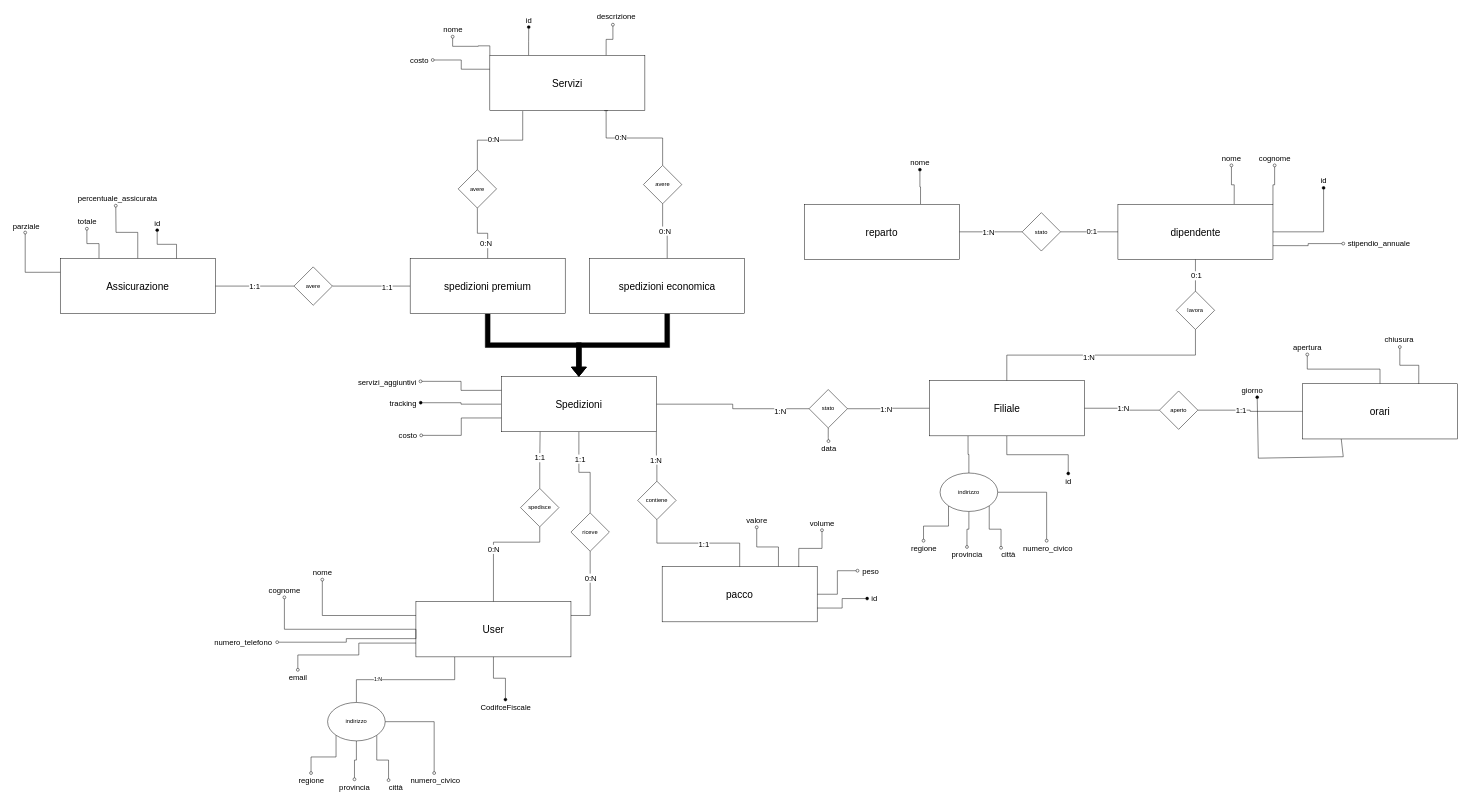
Above: Diagramma senza titolo.drawio in dugoalberto/DataBaseProject (draw.io), before the change. Source tidied: cells renumbered, new cells numbered last; positions are measured from the earlier drawing's top-left corner, leaving out a move shared by most shapes. Both pictures are drawn from the tidied source at 48%, with x=0, y=0 at pixel (8, 8).
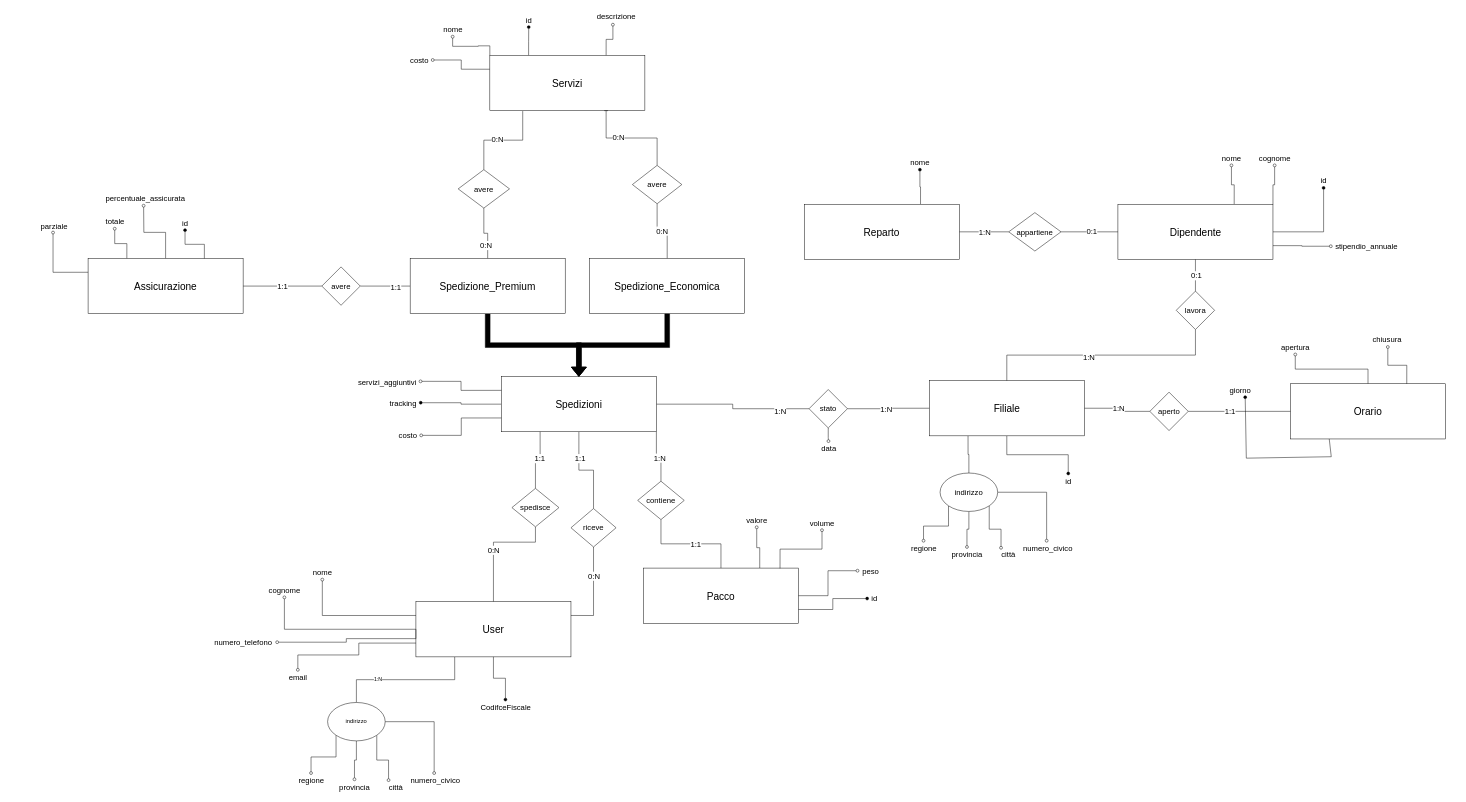
The same page after the edit.

The change refers to these unchanged cells:
```xml
<mxCell id="22" value="&lt;font style=&quot;font-size: 21px;&quot;&gt;User&lt;/font&gt;" style="rounded=0;whiteSpace=wrap;html=1;fontSize=21;" parent="1" vertex="1">
  <mxGeometry x="849" y="1236" width="323" height="115" as="geometry" />
</mxCell>
```

What changed in the source:
```diff
@@
-    <mxCell id="15" value="&lt;font style=&quot;font-size: 21px;&quot;&gt;spedizioni premium&lt;/font&gt;" style="rounded=0;whiteSpace=wrap;html=1;fontSize=21;" parent="1" vertex="1">
+    <mxCell id="15" value="&lt;font style=&quot;font-size: 21px;&quot;&gt;Spedizione_Premium&lt;/font&gt;" style="rounded=0;whiteSpace=wrap;html=1;fontSize=21;" parent="1" vertex="1">
       <mxGeometry x="837" y="521" width="323" height="115" as="geometry" />
     </mxCell>
@@
-    <mxCell id="17" value="&lt;font style=&quot;font-size: 21px;&quot;&gt;spedizioni economica&lt;/font&gt;" style="rounded=0;whiteSpace=wrap;html=1;fontSize=21;" parent="1" vertex="1">
+    <mxCell id="17" value="&lt;font style=&quot;font-size: 21px;&quot;&gt;Spedizione_Economica&lt;/font&gt;" style="rounded=0;whiteSpace=wrap;html=1;fontSize=21;" parent="1" vertex="1">
       <mxGeometry x="1211" y="521" width="323" height="115" as="geometry" />
     </mxCell>
     <mxCell id="18" style="edgeStyle=orthogonalEdgeStyle;rounded=0;jettySize=auto;html=1;entryX=0.5;entryY=1;entryDx=0;entryDy=0;fontSize=16;endArrow=none;endFill=0;exitX=0.5;exitY=0;exitDx=0;exitDy=0;" parent="1" edge="1" source="22" target="25">
       <mxGeometry relative="1" as="geometry">
         <Array as="points">
           <mxPoint x="1010" y="1112" />
-          <mxPoint x="1107" y="1112" />
+          <mxPoint x="1098" y="1112" />
         </Array>
       </mxGeometry>
     </mxCell>
@@
-    <mxCell id="25" value="spedisce" style="rhombus;whiteSpace=wrap;html=1;" parent="1" vertex="1">
-      <mxGeometry x="1067" y="1000" width="80" height="80" as="geometry" />
+    <mxCell id="25" value="spedisce" style="rhombus;whiteSpace=wrap;html=1;fontSize=16;" parent="1" vertex="1">
+      <mxGeometry x="1049" y="1000" width="98" height="80" as="geometry" />
     </mxCell>
@@
     <mxCell id="28" style="edgeStyle=orthogonalEdgeStyle;rounded=0;jettySize=auto;html=1;exitX=0.5;exitY=0;exitDx=0;exitDy=0;endArrow=oval;endFill=0;" parent="1" edge="1" source="29">
       <mxGeometry relative="1" as="geometry">
-        <mxPoint x="223.7" y="411.1" as="targetPoint" />
+        <mxPoint x="281.7" y="411.1" as="targetPoint" />
       </mxGeometry>
     </mxCell>
     <mxCell id="29" value="&lt;font style=&quot;font-size: 21px;&quot;&gt;Assicurazione&lt;/font&gt;" style="rounded=0;whiteSpace=wrap;html=1;fontSize=21;" parent="1" vertex="1">
-      <mxGeometry x="108" y="521" width="323" height="115" as="geometry" />
+      <mxGeometry x="166" y="521" width="323" height="115" as="geometry" />
     </mxCell>
-    <mxCell id="30" value="avere" style="rhombus;whiteSpace=wrap;html=1;" parent="1" vertex="1">
-      <mxGeometry x="595" y="538.5" width="80" height="80" as="geometry" />
+    <mxCell id="30" value="avere" style="rhombus;whiteSpace=wrap;html=1;fontSize=16;" parent="1" vertex="1">
+      <mxGeometry x="653" y="538.5" width="80" height="80" as="geometry" />
     </mxCell>
@@
-    <mxCell id="43" value="avere" style="rhombus;whiteSpace=wrap;html=1;" parent="1" vertex="1">
-      <mxGeometry x="937" y="336" width="80" height="80" as="geometry" />
+    <mxCell id="43" value="avere" style="rhombus;whiteSpace=wrap;html=1;fontSize=16;" parent="1" vertex="1">
+      <mxGeometry x="937" y="336" width="107" height="80" as="geometry" />
     </mxCell>
@@
-    <mxCell id="46" value="avere" style="rhombus;whiteSpace=wrap;html=1;" parent="1" vertex="1">
-      <mxGeometry x="1323" y="327" width="80" height="80" as="geometry" />
+    <mxCell id="46" value="avere" style="rhombus;whiteSpace=wrap;html=1;fontSize=16;" parent="1" vertex="1">
+      <mxGeometry x="1300" y="327" width="103" height="80" as="geometry" />
     </mxCell>
@@
     <mxCell id="54" value="&lt;font style=&quot;font-size: 16px;&quot;&gt;id&lt;/font&gt;" style="text;html=1;align=center;verticalAlign=middle;points=[];strokeColor=none;fillColor=none;" parent="1" vertex="1">
-      <mxGeometry x="295" y="431" width="30" height="31" as="geometry" />
+      <mxGeometry x="353" y="431" width="30" height="31" as="geometry" />
     </mxCell>
@@
     <mxCell id="56" value="&lt;font style=&quot;font-size: 16px;&quot;&gt;totale&lt;br&gt;&lt;/font&gt;" style="text;html=1;align=center;verticalAlign=middle;points=[];strokeColor=none;fillColor=none;" parent="1" vertex="1">
-      <mxGeometry x="135" y="428" width="57" height="31" as="geometry" />
+      <mxGeometry x="193" y="428" width="57" height="31" as="geometry" />
     </mxCell>
@@
     <mxCell id="59" value="&lt;font style=&quot;font-size: 16px;&quot;&gt;percentuale_assicurata&lt;/font&gt;" style="text;html=1;align=center;verticalAlign=middle;strokeColor=none;fillColor=none;" parent="1" vertex="1">
-      <mxGeometry x="135" y="379" width="183" height="31" as="geometry" />
+      <mxGeometry x="193" y="379" width="183" height="31" as="geometry" />
     </mxCell>
@@
-    <mxCell id="62" value="riceve" style="rhombus;whiteSpace=wrap;html=1;" parent="1" vertex="1">
-      <mxGeometry x="1172" y="1051" width="80" height="80" as="geometry" />
+    <mxCell id="62" value="riceve" style="rhombus;whiteSpace=wrap;html=1;fontSize=16;" parent="1" vertex="1">
+      <mxGeometry x="1172" y="1042" width="94" height="80" as="geometry" />
     </mxCell>
@@
-    <mxCell id="67" value="dipendente" style="rounded=0;whiteSpace=wrap;html=1;fontSize=21;" parent="1" vertex="1">
+    <mxCell id="67" value="Dipendente" style="rounded=0;whiteSpace=wrap;html=1;fontSize=21;" parent="1" vertex="1">
       <mxGeometry x="2311.5" y="408" width="323" height="115" as="geometry" />
     </mxCell>
@@
-    <mxCell id="72" value="lavora" style="rhombus;whiteSpace=wrap;html=1;" parent="1" vertex="1">
+    <mxCell id="72" value="lavora" style="rhombus;whiteSpace=wrap;html=1;fontSize=16;" parent="1" vertex="1">
       <mxGeometry x="2433" y="589" width="80" height="80" as="geometry" />
     </mxCell>
@@
-    <mxCell id="75" value="&lt;font style=&quot;font-size: 21px;&quot;&gt;orari&lt;br&gt;&lt;/font&gt;" style="rounded=0;whiteSpace=wrap;html=1;fontSize=21;" parent="1" vertex="1">
-      <mxGeometry x="2696" y="782" width="323" height="115" as="geometry" />
+    <mxCell id="75" value="&lt;font style=&quot;font-size: 21px;&quot;&gt;Orario&lt;br&gt;&lt;/font&gt;" style="rounded=0;whiteSpace=wrap;html=1;fontSize=21;" parent="1" vertex="1">
+      <mxGeometry x="2671" y="782" width="323" height="115" as="geometry" />
     </mxCell>
@@
-    <mxCell id="78" value="aperto" style="rhombus;whiteSpace=wrap;html=1;" parent="1" vertex="1">
-      <mxGeometry x="2398" y="797" width="80" height="80" as="geometry" />
+    <mxCell id="78" value="aperto" style="rhombus;whiteSpace=wrap;html=1;fontSize=16;" parent="1" vertex="1">
+      <mxGeometry x="2378" y="799.5" width="80" height="80" as="geometry" />
     </mxCell>
     <mxCell id="79" style="endArrow=none;html=1;rounded=0;startArrow=oval;startFill=1;entryX=0.25;entryY=1;entryDx=0;entryDy=0;exitX=0.672;exitY=1.002;exitDx=0;exitDy=0;exitPerimeter=0;" parent="1" edge="1" source="108" target="75">
       <mxGeometry relative="1" as="geometry">
         <Array as="points">
-          <mxPoint x="2604" y="937" />
-          <mxPoint x="2781" y="934" />
+          <mxPoint x="2579" y="937" />
+          <mxPoint x="2756" y="934" />
         </Array>
       </mxGeometry>
     </mxCell>
@@
-    <mxCell id="84" value="indirizzo" style="ellipse;whiteSpace=wrap;html=1;" parent="1" vertex="1">
+    <mxCell id="84" value="indirizzo" style="ellipse;whiteSpace=wrap;html=1;fontSize=16;" parent="1" vertex="1">
       <mxGeometry x="1941" y="968" width="120" height="80" as="geometry" />
     </mxCell>
@@
-    <mxCell id="86" value="&lt;font style=&quot;font-size: 21px;&quot;&gt;pacco&lt;/font&gt;" style="rounded=0;whiteSpace=wrap;html=1;fontSize=21;" parent="1" vertex="1">
-      <mxGeometry x="1362" y="1163" width="323" height="115" as="geometry" />
+    <mxCell id="86" value="Pacco" style="rounded=0;whiteSpace=wrap;html=1;fontSize=21;" parent="1" vertex="1">
+      <mxGeometry x="1323" y="1166" width="323" height="115" as="geometry" />
     </mxCell>
@@
-    <mxCell id="89" value="contiene" style="rhombus;whiteSpace=wrap;html=1;" parent="1" vertex="1">
-      <mxGeometry x="1311" y="985" width="80" height="80" as="geometry" />
+    <mxCell id="89" value="contiene" style="rhombus;whiteSpace=wrap;html=1;fontSize=16;" parent="1" vertex="1">
+      <mxGeometry x="1311" y="985" width="97" height="80" as="geometry" />
     </mxCell>
@@
-    <mxCell id="106" value="stato" style="rhombus;whiteSpace=wrap;html=1;" parent="1" vertex="1">
+    <mxCell id="106" value="&lt;font style=&quot;font-size: 16px;&quot;&gt;stato&lt;/font&gt;" style="rhombus;whiteSpace=wrap;html=1;" parent="1" vertex="1">
       <mxGeometry x="1668" y="794" width="80" height="80" as="geometry" />
     </mxCell>
@@
     <mxCell id="108" value="giorno" style="text;html=1;align=center;verticalAlign=middle;points=[];strokeColor=none;fillColor=none;fontSize=16;" parent="1" vertex="1">
-      <mxGeometry x="2560" y="779" width="62" height="31" as="geometry" />
+      <mxGeometry x="2535" y="779" width="62" height="31" as="geometry" />
     </mxCell>
@@
-    <mxCell id="112" value="reparto" style="rounded=0;whiteSpace=wrap;html=1;fontSize=21;" parent="1" vertex="1">
+    <mxCell id="112" value="Reparto" style="rounded=0;whiteSpace=wrap;html=1;fontSize=21;" parent="1" vertex="1">
       <mxGeometry x="1658" y="408" width="323" height="115" as="geometry" />
     </mxCell>
@@
-    <mxCell id="115" value="stato" style="rhombus;whiteSpace=wrap;html=1;" parent="1" vertex="1">
-      <mxGeometry x="2112" y="425.5" width="80" height="80" as="geometry" />
+    <mxCell id="115" value="&lt;font style=&quot;font-size: 16px;&quot;&gt;appartiene&lt;/font&gt;" style="rhombus;whiteSpace=wrap;html=1;" parent="1" vertex="1">
+      <mxGeometry x="2084" y="425.5" width="109" height="80" as="geometry" />
     </mxCell>
     <mxCell id="116" value="&lt;font style=&quot;font-size: 16px;&quot;&gt;parziale&lt;br&gt;&lt;/font&gt;" style="text;html=1;align=center;verticalAlign=middle;points=[];strokeColor=none;fillColor=none;" parent="1" vertex="1">
-      <mxGeometry y="438" width="74" height="31" as="geometry" />
+      <mxGeometry x="58" y="438" width="74" height="31" as="geometry" />
     </mxCell>
@@
     <mxCell id="118" value="stipendio_annuale" style="text;html=1;align=center;verticalAlign=middle;points=[];strokeColor=none;fillColor=none;fontSize=16;" parent="1" vertex="1">
-      <mxGeometry x="2781" y="474.5" width="148" height="31" as="geometry" />
+      <mxGeometry x="2755" y="480" width="148" height="31" as="geometry" />
     </mxCell>
@@
     <mxCell id="121" value="apertura" style="text;html=1;align=center;verticalAlign=middle;points=[];strokeColor=none;fillColor=none;fontSize=16;" parent="1" vertex="1">
-      <mxGeometry x="2667" y="690" width="78" height="31" as="geometry" />
+      <mxGeometry x="2642" y="690" width="78" height="31" as="geometry" />
     </mxCell>
@@
     <mxCell id="140" value="chiusura" style="text;html=1;align=center;verticalAlign=middle;points=[];strokeColor=none;fillColor=none;fontSize=16;" parent="1" vertex="1">
-      <mxGeometry x="2858" y="674" width="78" height="31" as="geometry" />
+      <mxGeometry x="2833" y="674" width="78" height="31" as="geometry" />
     </mxCell>
```
